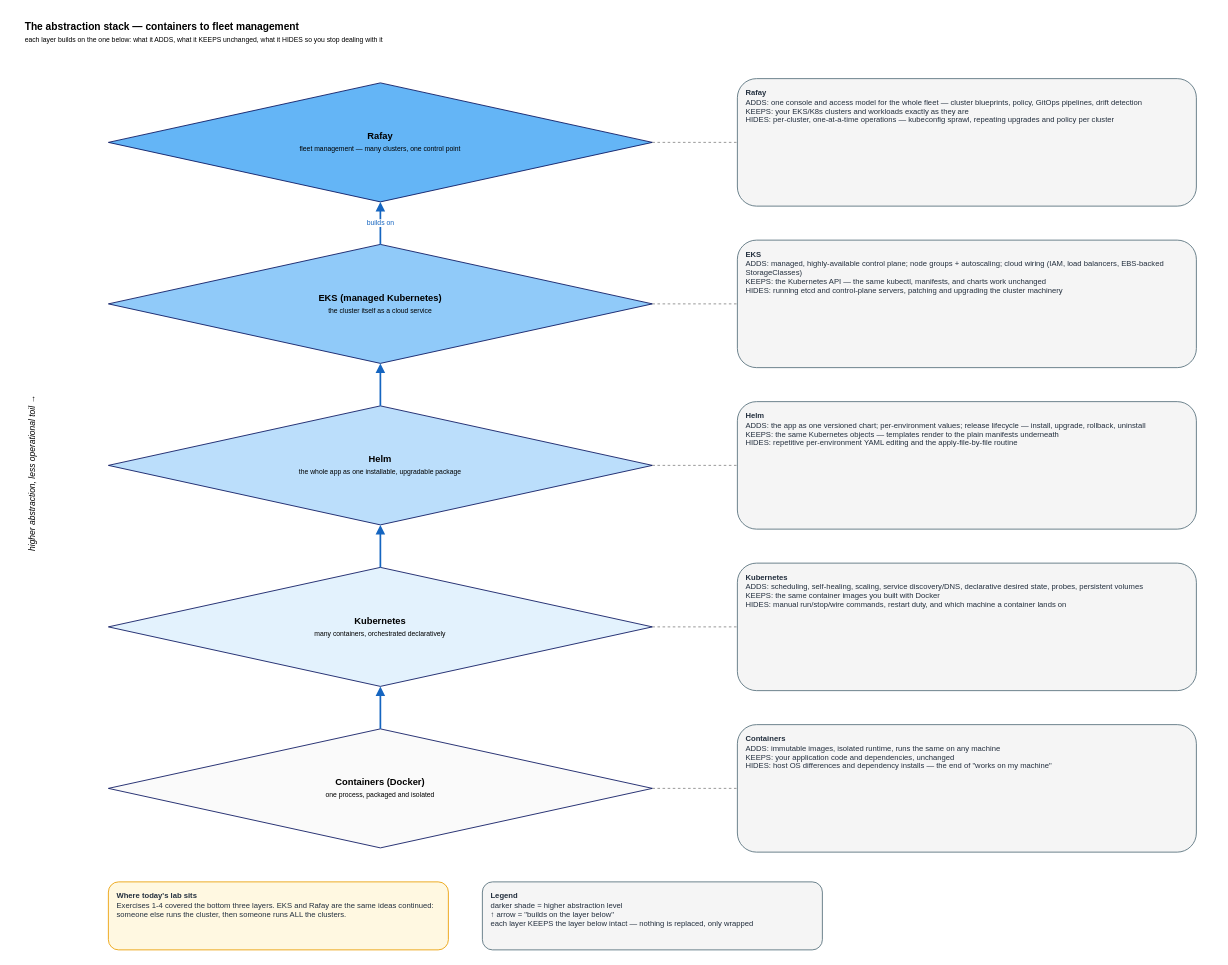
Earlier version of the draw.io diagram docs/diagrams/04-abstraction-layers.drawio (farid809/k8s-one-day-lab). Source tidied: cells renumbered, new cells numbered last; positions are measured from the earlier drawing's top-left corner, leaving out a move shared by most shapes. Both pictures are drawn from the tidied source at 85%, with x=0, y=0 at pixel (14, 14).
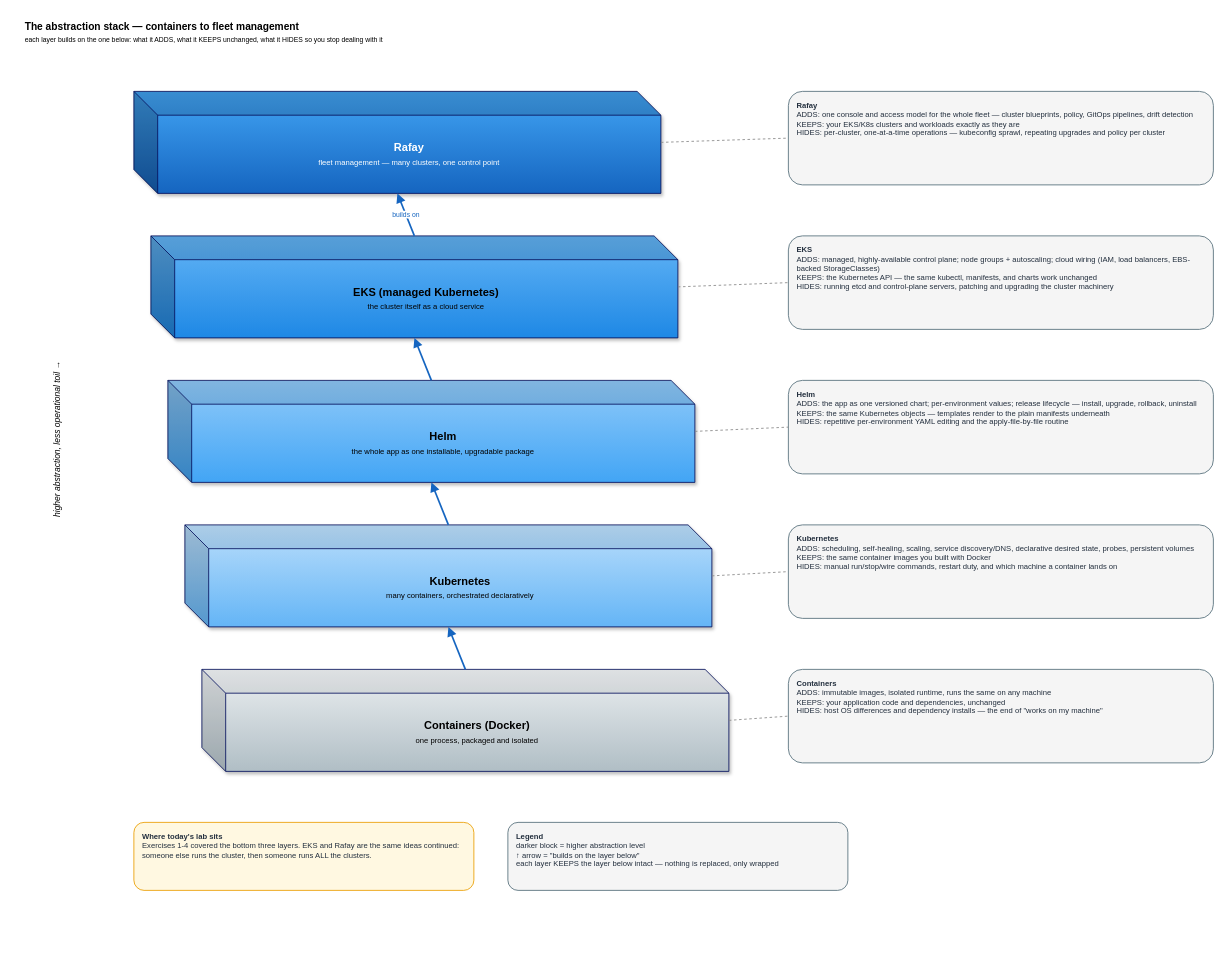
The same page after the edit.

Commit message (it also covers changes not shown here):
Restyle abstraction-stack diagram as 3D beveled blocks

Claude-Session: https://claude.ai/code/session_01Y2RU1Fh7zvLFFbAA1j28sT

Change to the diagram source:
```diff
@@
     <mxCell id="3" value="higher abstraction, less operational toil →" style="text;html=1;fontSize=10;fontStyle=2;align=center;verticalAlign=middle;strokeColor=none;fillColor=none;horizontal=0;" parent="1" vertex="1">
-      <mxGeometry y="100" width="40" height="880" as="geometry" />
+      <mxGeometry x="30" y="100" width="40" height="800" as="geometry" />
     </mxCell>
-    <mxCell id="4" value="&lt;b&gt;Rafay&lt;/b&gt;&lt;br&gt;&lt;span style='font-size:8px'&gt;fleet management — many clusters, one control point&lt;/span&gt;" style="rhombus;whiteSpace=wrap;html=1;fillColor=#64B5F6;strokeColor=#07125E;fontSize=11;" parent="1" vertex="1">
-      <mxGeometry x="110" y="80" width="640" height="140" as="geometry" />
+    <mxCell id="4" value="&lt;b&gt;Rafay&lt;/b&gt;&lt;br&gt;&lt;span style='font-size:9px'&gt;fleet management — many clusters, one control point&lt;/span&gt;" style="shape=cube;whiteSpace=wrap;html=1;boundedLbl=1;backgroundOutline=1;darkOpacity=0.15;darkOpacity2=0.25;size=28;fillColor=#42A5F5;gradientColor=#1565C0;strokeColor=#07125E;fontSize=13;fontColor=#ffffff;shadow=1;" parent="1" vertex="1">
+      <mxGeometry x="140" y="90" width="620" height="120" as="geometry" />
     </mxCell>
-    <mxCell id="5" value="&lt;b&gt;EKS (managed Kubernetes)&lt;/b&gt;&lt;br&gt;&lt;span style='font-size:8px'&gt;the cluster itself as a cloud service&lt;/span&gt;" style="rhombus;whiteSpace=wrap;html=1;fillColor=#90CAF9;strokeColor=#07125E;fontSize=11;" parent="1" vertex="1">
-      <mxGeometry x="110" y="270" width="640" height="140" as="geometry" />
+    <mxCell id="5" value="&lt;b&gt;EKS (managed Kubernetes)&lt;/b&gt;&lt;br&gt;&lt;span style='font-size:9px'&gt;the cluster itself as a cloud service&lt;/span&gt;" style="shape=cube;whiteSpace=wrap;html=1;boundedLbl=1;backgroundOutline=1;darkOpacity=0.12;darkOpacity2=0.22;size=28;fillColor=#64B5F6;gradientColor=#1E88E5;strokeColor=#07125E;fontSize=13;shadow=1;" parent="1" vertex="1">
+      <mxGeometry x="160" y="260" width="620" height="120" as="geometry" />
     </mxCell>
-    <mxCell id="6" value="&lt;b&gt;Helm&lt;/b&gt;&lt;br&gt;&lt;span style='font-size:8px'&gt;the whole app as one installable, upgradable package&lt;/span&gt;" style="rhombus;whiteSpace=wrap;html=1;fillColor=#BBDEFB;strokeColor=#07125E;fontSize=11;" parent="1" vertex="1">
-      <mxGeometry x="110" y="460" width="640" height="140" as="geometry" />
+    <mxCell id="6" value="&lt;b&gt;Helm&lt;/b&gt;&lt;br&gt;&lt;span style='font-size:9px'&gt;the whole app as one installable, upgradable package&lt;/span&gt;" style="shape=cube;whiteSpace=wrap;html=1;boundedLbl=1;backgroundOutline=1;darkOpacity=0.1;darkOpacity2=0.2;size=28;fillColor=#90CAF9;gradientColor=#42A5F5;strokeColor=#07125E;fontSize=13;shadow=1;" parent="1" vertex="1">
+      <mxGeometry x="180" y="430" width="620" height="120" as="geometry" />
     </mxCell>
-    <mxCell id="7" value="&lt;b&gt;Kubernetes&lt;/b&gt;&lt;br&gt;&lt;span style='font-size:8px'&gt;many containers, orchestrated declaratively&lt;/span&gt;" style="rhombus;whiteSpace=wrap;html=1;fillColor=#E3F2FD;strokeColor=#07125E;fontSize=11;" parent="1" vertex="1">
-      <mxGeometry x="110" y="650" width="640" height="140" as="geometry" />
+    <mxCell id="7" value="&lt;b&gt;Kubernetes&lt;/b&gt;&lt;br&gt;&lt;span style='font-size:9px'&gt;many containers, orchestrated declaratively&lt;/span&gt;" style="shape=cube;whiteSpace=wrap;html=1;boundedLbl=1;backgroundOutline=1;darkOpacity=0.08;darkOpacity2=0.16;size=28;fillColor=#BBDEFB;gradientColor=#64B5F6;strokeColor=#07125E;fontSize=13;shadow=1;" parent="1" vertex="1">
+      <mxGeometry x="200" y="600" width="620" height="120" as="geometry" />
     </mxCell>
-    <mxCell id="8" value="&lt;b&gt;Containers (Docker)&lt;/b&gt;&lt;br&gt;&lt;span style='font-size:8px'&gt;one process, packaged and isolated&lt;/span&gt;" style="rhombus;whiteSpace=wrap;html=1;fillColor=#FAFAFA;strokeColor=#07125E;fontSize=11;" parent="1" vertex="1">
-      <mxGeometry x="110" y="840" width="640" height="140" as="geometry" />
+    <mxCell id="8" value="&lt;b&gt;Containers (Docker)&lt;/b&gt;&lt;br&gt;&lt;span style='font-size:9px'&gt;one process, packaged and isolated&lt;/span&gt;" style="shape=cube;whiteSpace=wrap;html=1;boundedLbl=1;backgroundOutline=1;darkOpacity=0.06;darkOpacity2=0.12;size=28;fillColor=#ECEFF1;gradientColor=#B0BEC5;strokeColor=#07125E;fontSize=13;shadow=1;" parent="1" vertex="1">
+      <mxGeometry x="220" y="770" width="620" height="120" as="geometry" />
     </mxCell>
+    <mxCell id="19" value="builds on" style="strokeColor=#1565C0;strokeWidth=2;endArrow=block;endFill=1;html=1;fontSize=8;fontColor=#1565C0;exitX=0.5;exitY=0;entryX=0.5;entryY=1;" parent="1" edge="1" source="5" target="4">
+      <mxGeometry relative="1" as="geometry" />
+    </mxCell>
+    <mxCell id="20" style="strokeColor=#1565C0;strokeWidth=2;endArrow=block;endFill=1;html=1;exitX=0.5;exitY=0;entryX=0.5;entryY=1;" parent="1" edge="1" source="6" target="5">
+      <mxGeometry relative="1" as="geometry" />
+    </mxCell>
+    <mxCell id="21" style="strokeColor=#1565C0;strokeWidth=2;endArrow=block;endFill=1;html=1;exitX=0.5;exitY=0;entryX=0.5;entryY=1;" parent="1" edge="1" source="7" target="6">
+      <mxGeometry relative="1" as="geometry" />
+    </mxCell>
+    <mxCell id="22" style="strokeColor=#1565C0;strokeWidth=2;endArrow=block;endFill=1;html=1;exitX=0.5;exitY=0;entryX=0.5;entryY=1;" parent="1" edge="1" source="8" target="7">
+      <mxGeometry relative="1" as="geometry" />
+    </mxCell>
     <mxCell id="9" value="&lt;b&gt;Rafay&lt;/b&gt;&#10;ADDS: one console and access model for the whole fleet — cluster blueprints, policy, GitOps pipelines, drift detection&#10;KEEPS: your EKS/K8s clusters and workloads exactly as they are&#10;HIDES: per-cluster, one-at-a-time operations — kubeconfig sprawl, repeating upgrades and policy per cluster" style="text;html=1;fontSize=9;align=left;verticalAlign=top;fillColor=#F5F5F5;strokeColor=#546E7A;rounded=1;whiteSpace=wrap;fontColor=#232F3E;spacingLeft=8;spacingTop=5;" parent="1" vertex="1">
-      <mxGeometry x="850" y="75" width="540" height="150" as="geometry" />
+      <mxGeometry x="910" y="90" width="500" height="110" as="geometry" />
     </mxCell>
     <mxCell id="10" value="&lt;b&gt;EKS&lt;/b&gt;&#10;ADDS: managed, highly-available control plane; node groups + autoscaling; cloud wiring (IAM, load balancers, EBS-backed StorageClasses)&#10;KEEPS: the Kubernetes API — the same kubectl, manifests, and charts work unchanged&#10;HIDES: running etcd and control-plane servers, patching and upgrading the cluster machinery" style="text;html=1;fontSize=9;align=left;verticalAlign=top;fillColor=#F5F5F5;strokeColor=#546E7A;rounded=1;whiteSpace=wrap;fontColor=#232F3E;spacingLeft=8;spacingTop=5;" parent="1" vertex="1">
-      <mxGeometry x="850" y="265" width="540" height="150" as="geometry" />
+      <mxGeometry x="910" y="260" width="500" height="110" as="geometry" />
     </mxCell>
     <mxCell id="11" value="&lt;b&gt;Helm&lt;/b&gt;&#10;ADDS: the app as one versioned chart; per-environment values; release lifecycle — install, upgrade, rollback, uninstall&#10;KEEPS: the same Kubernetes objects — templates render to the plain manifests underneath&#10;HIDES: repetitive per-environment YAML editing and the apply-file-by-file routine" style="text;html=1;fontSize=9;align=left;verticalAlign=top;fillColor=#F5F5F5;strokeColor=#546E7A;rounded=1;whiteSpace=wrap;fontColor=#232F3E;spacingLeft=8;spacingTop=5;" parent="1" vertex="1">
-      <mxGeometry x="850" y="455" width="540" height="150" as="geometry" />
+      <mxGeometry x="910" y="430" width="500" height="110" as="geometry" />
     </mxCell>
     <mxCell id="12" value="&lt;b&gt;Kubernetes&lt;/b&gt;&#10;ADDS: scheduling, self-healing, scaling, service discovery/DNS, declarative desired state, probes, persistent volumes&#10;KEEPS: the same container images you built with Docker&#10;HIDES: manual run/stop/wire commands, restart duty, and which machine a container lands on" style="text;html=1;fontSize=9;align=left;verticalAlign=top;fillColor=#F5F5F5;strokeColor=#546E7A;rounded=1;whiteSpace=wrap;fontColor=#232F3E;spacingLeft=8;spacingTop=5;" parent="1" vertex="1">
-      <mxGeometry x="850" y="645" width="540" height="150" as="geometry" />
+      <mxGeometry x="910" y="600" width="500" height="110" as="geometry" />
     </mxCell>
     <mxCell id="13" value="&lt;b&gt;Containers&lt;/b&gt;&#10;ADDS: immutable images, isolated runtime, runs the same on any machine&#10;KEEPS: your application code and dependencies, unchanged&#10;HIDES: host OS differences and dependency installs — the end of &quot;works on my machine&quot;" style="text;html=1;fontSize=9;align=left;verticalAlign=top;fillColor=#F5F5F5;strokeColor=#546E7A;rounded=1;whiteSpace=wrap;fontColor=#232F3E;spacingLeft=8;spacingTop=5;" parent="1" vertex="1">
-      <mxGeometry x="850" y="835" width="540" height="150" as="geometry" />
+      <mxGeometry x="910" y="770" width="500" height="110" as="geometry" />
     </mxCell>
-    <mxCell id="14" style="strokeColor=#888;strokeWidth=1;dashed=1;endArrow=none;html=1;" parent="1" edge="1" source="4" target="9">
+    <mxCell id="14" style="strokeColor=#888;strokeWidth=1;dashed=1;endArrow=none;html=1;exitX=1;exitY=0.5;entryX=0;entryY=0.5;" parent="1" edge="1" source="4" target="9">
       <mxGeometry relative="1" as="geometry" />
     </mxCell>
-    <mxCell id="15" style="strokeColor=#888;strokeWidth=1;dashed=1;endArrow=none;html=1;" parent="1" edge="1" source="5" target="10">
+    <mxCell id="15" style="strokeColor=#888;strokeWidth=1;dashed=1;endArrow=none;html=1;exitX=1;exitY=0.5;entryX=0;entryY=0.5;" parent="1" edge="1" source="5" target="10">
       <mxGeometry relative="1" as="geometry" />
     </mxCell>
-    <mxCell id="16" style="strokeColor=#888;strokeWidth=1;dashed=1;endArrow=none;html=1;" parent="1" edge="1" source="6" target="11">
+    <mxCell id="16" style="strokeColor=#888;strokeWidth=1;dashed=1;endArrow=none;html=1;exitX=1;exitY=0.5;entryX=0;entryY=0.5;" parent="1" edge="1" source="6" target="11">
       <mxGeometry relative="1" as="geometry" />
     </mxCell>
-    <mxCell id="17" style="strokeColor=#888;strokeWidth=1;dashed=1;endArrow=none;html=1;" parent="1" edge="1" source="7" target="12">
+    <mxCell id="17" style="strokeColor=#888;strokeWidth=1;dashed=1;endArrow=none;html=1;exitX=1;exitY=0.5;entryX=0;entryY=0.5;" parent="1" edge="1" source="7" target="12">
       <mxGeometry relative="1" as="geometry" />
     </mxCell>
-    <mxCell id="18" style="strokeColor=#888;strokeWidth=1;dashed=1;endArrow=none;html=1;" parent="1" edge="1" source="8" target="13">
+    <mxCell id="18" style="strokeColor=#888;strokeWidth=1;dashed=1;endArrow=none;html=1;exitX=1;exitY=0.5;entryX=0;entryY=0.5;" parent="1" edge="1" source="8" target="13">
       <mxGeometry relative="1" as="geometry" />
     </mxCell>
-    <mxCell id="19" value="builds on" style="strokeColor=#1565C0;strokeWidth=2;endArrow=block;endFill=1;html=1;fontSize=8;fontColor=#1565C0;" parent="1" edge="1" source="5" target="4">
-      <mxGeometry relative="1" as="geometry" />
-    </mxCell>
-    <mxCell id="20" style="strokeColor=#1565C0;strokeWidth=2;endArrow=block;endFill=1;html=1;" parent="1" edge="1" source="6" target="5">
-      <mxGeometry relative="1" as="geometry" />
-    </mxCell>
-    <mxCell id="21" style="strokeColor=#1565C0;strokeWidth=2;endArrow=block;endFill=1;html=1;" parent="1" edge="1" source="7" target="6">
-      <mxGeometry relative="1" as="geometry" />
-    </mxCell>
-    <mxCell id="22" style="strokeColor=#1565C0;strokeWidth=2;endArrow=block;endFill=1;html=1;" parent="1" edge="1" source="8" target="7">
-      <mxGeometry relative="1" as="geometry" />
-    </mxCell>
     <mxCell id="23" value="&lt;b&gt;Where today's lab sits&lt;/b&gt;&#10;Exercises 1-4 covered the bottom three layers. EKS and Rafay are the same ideas continued: someone else runs the cluster, then someone runs ALL the clusters." style="text;html=1;fontSize=9;align=left;verticalAlign=top;fillColor=#FFF8E1;strokeColor=#EA9D00;rounded=1;whiteSpace=wrap;fontColor=#232F3E;spacingLeft=8;spacingTop=5;" parent="1" vertex="1">
-      <mxGeometry x="110" y="1020" width="400" height="80" as="geometry" />
+      <mxGeometry x="140" y="950" width="400" height="80" as="geometry" />
     </mxCell>
-    <mxCell id="24" value="&lt;b&gt;Legend&lt;/b&gt;&#10;darker shade = higher abstraction level&#10;↑ arrow = &quot;builds on the layer below&quot;&#10;each layer KEEPS the layer below intact — nothing is replaced, only wrapped" style="text;html=1;fontSize=9;align=left;verticalAlign=top;fillColor=#F5F5F5;strokeColor=#546E7A;rounded=1;whiteSpace=wrap;fontColor=#232F3E;spacingLeft=8;spacingTop=5;" parent="1" vertex="1">
-      <mxGeometry x="550" y="1020" width="400" height="80" as="geometry" />
+    <mxCell id="24" value="&lt;b&gt;Legend&lt;/b&gt;&#10;darker block = higher abstraction level&#10;↑ arrow = &quot;builds on the layer below&quot;&#10;each layer KEEPS the layer below intact — nothing is replaced, only wrapped" style="text;html=1;fontSize=9;align=left;verticalAlign=top;fillColor=#F5F5F5;strokeColor=#546E7A;rounded=1;whiteSpace=wrap;fontColor=#232F3E;spacingLeft=8;spacingTop=5;" parent="1" vertex="1">
+      <mxGeometry x="580" y="950" width="400" height="80" as="geometry" />
     </mxCell>
```
